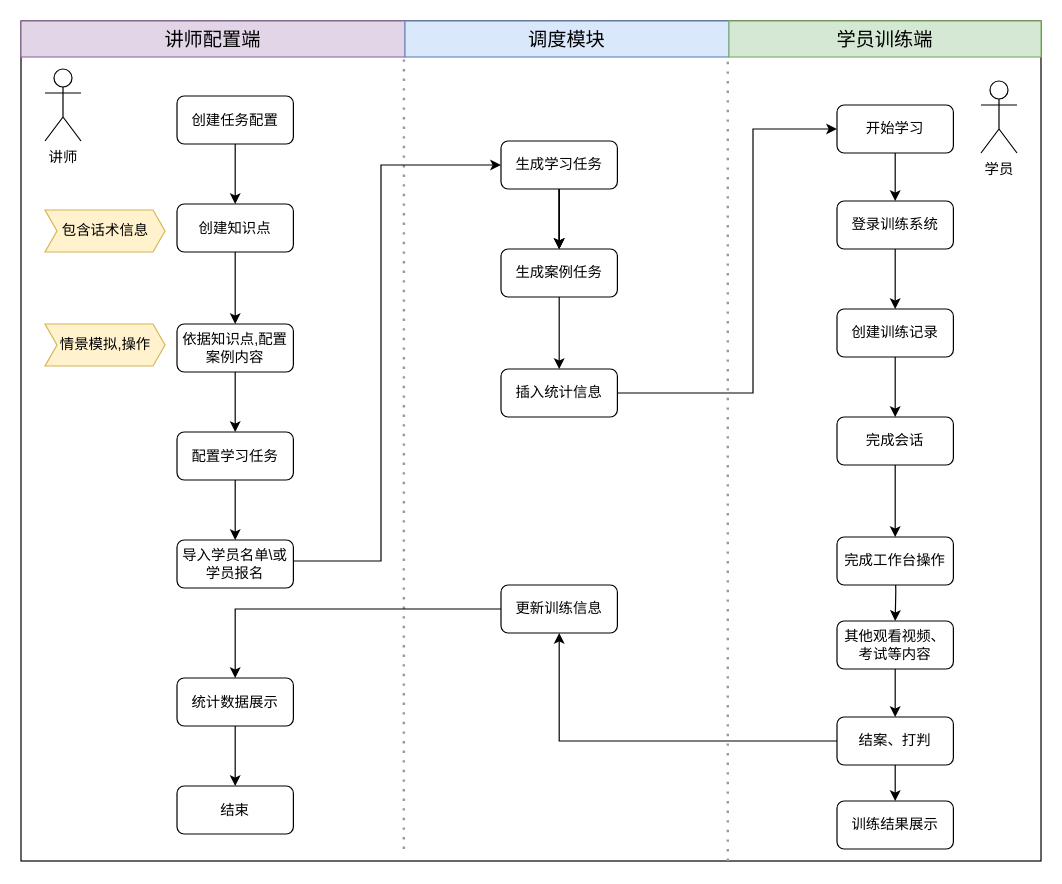
Before: 核心链路流程图.drawio in cgshao02/graduation_picture, a draw.io diagram. Source tidied: cells renumbered, new cells numbered last; positions are measured from the earlier drawing's top-left corner, leaving out a move shared by most shapes. Both pictures are drawn from the tidied source at 120%, with x=0, y=0 at pixel (20, 20).
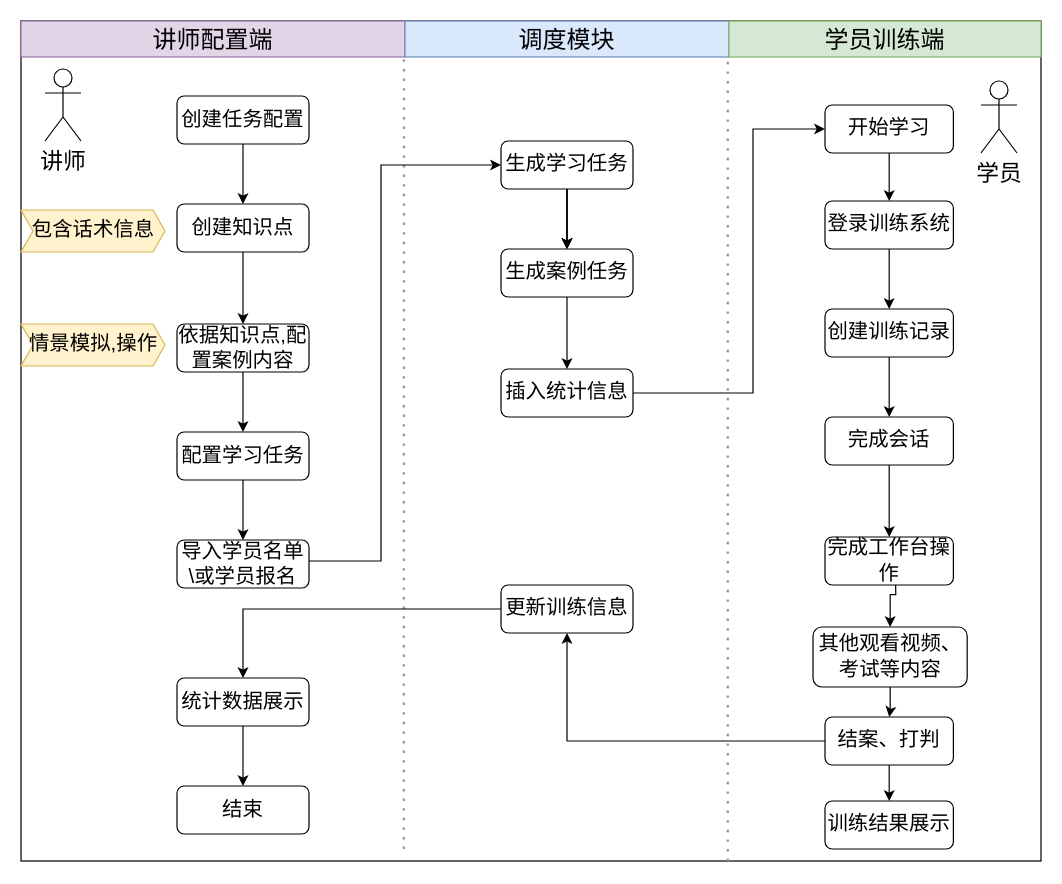
Above is the later version.

Commit message:
更新核心链路流程图.drawio

Change to the diagram source:
```diff
@@
-    <mxCell id="2" style="rounded=0;whiteSpace=wrap;html=1;" parent="1" vertex="1">
+    <mxCell id="2" style="rounded=0;whiteSpace=wrap;html=1;fontSize=17;" parent="1" vertex="1">
       <mxGeometry width="850" height="700" as="geometry" />
     </mxCell>
-    <mxCell id="3" style="endArrow=none;dashed=1;html=1;dashPattern=1 3;strokeWidth=2;entryX=0;entryY=1;entryDx=0;entryDy=0;strokeColor=#999999;" parent="1" edge="1">
+    <mxCell id="3" style="endArrow=none;dashed=1;html=1;dashPattern=1 3;strokeWidth=2;entryX=0;entryY=1;entryDx=0;entryDy=0;strokeColor=#999999;fontSize=14;" parent="1" edge="1">
       <mxGeometry relative="1" as="geometry">
         <mxPoint x="319" y="690" as="sourcePoint" />
         <mxPoint x="319.1" y="30" as="targetPoint" />
       </mxGeometry>
     </mxCell>
-    <mxCell id="4" value="&lt;span style=&quot;font-size: 16px;&quot;&gt;讲师配置端&lt;/span&gt;" style="rounded=0;whiteSpace=wrap;html=1;fillColor=#e1d5e7;strokeColor=#9673a6;" parent="1" vertex="1">
+    <mxCell id="4" value="&lt;span&gt;讲师配置端&lt;/span&gt;" style="rounded=0;whiteSpace=wrap;html=1;fillColor=#e1d5e7;strokeColor=#9673a6;fontSize=20;" parent="1" vertex="1">
       <mxGeometry width="320" height="30" as="geometry" />
     </mxCell>
-    <mxCell id="5" value="&lt;span style=&quot;font-size: 16px&quot;&gt;调度模块&lt;/span&gt;" style="rounded=0;whiteSpace=wrap;html=1;fillColor=#dae8fc;strokeColor=#6c8ebf;" parent="1" vertex="1">
+    <mxCell id="5" value="&lt;span&gt;调度模块&lt;/span&gt;" style="rounded=0;whiteSpace=wrap;html=1;fillColor=#dae8fc;strokeColor=#6c8ebf;fontSize=20;" parent="1" vertex="1">
       <mxGeometry x="320" width="270" height="30" as="geometry" />
     </mxCell>
-    <mxCell id="6" value="&lt;span style=&quot;font-size: 16px&quot;&gt;学员训练端&lt;/span&gt;" style="rounded=0;whiteSpace=wrap;html=1;fillColor=#d5e8d4;strokeColor=#82b366;" parent="1" vertex="1">
+    <mxCell id="6" value="&lt;span&gt;学员训练端&lt;/span&gt;" style="rounded=0;whiteSpace=wrap;html=1;fillColor=#d5e8d4;strokeColor=#82b366;fontSize=20;" parent="1" vertex="1">
       <mxGeometry x="590" width="260" height="30" as="geometry" />
     </mxCell>
-    <mxCell id="7" style="endArrow=none;dashed=1;html=1;dashPattern=1 3;strokeWidth=2;entryX=0;entryY=1;entryDx=0;entryDy=0;strokeColor=#999999;rounded=1;align=center;verticalAlign=middle;fontFamily=Helvetica;fontSize=11;fontColor=default;labelBackgroundColor=default;" parent="1" edge="1">
+    <mxCell id="7" style="endArrow=none;dashed=1;html=1;dashPattern=1 3;strokeWidth=2;entryX=0;entryY=1;entryDx=0;entryDy=0;strokeColor=#999999;rounded=1;align=center;verticalAlign=middle;fontFamily=Helvetica;fontSize=14;fontColor=default;labelBackgroundColor=default;" parent="1" edge="1">
       <mxGeometry relative="1" as="geometry">
         <mxPoint x="589" y="700" as="sourcePoint" />
         <mxPoint x="589" y="30" as="targetPoint" />
       </mxGeometry>
     </mxCell>
-    <mxCell id="8" value="讲师" style="shape=umlActor;verticalLabelPosition=bottom;verticalAlign=top;html=1;" parent="1" vertex="1">
+    <mxCell id="8" value="讲师" style="shape=umlActor;verticalLabelPosition=bottom;verticalAlign=top;html=1;fontSize=19;" parent="1" vertex="1">
       <mxGeometry x="20" y="40" width="30" height="60" as="geometry" />
     </mxCell>
-    <mxCell id="9" style="edgeStyle=orthogonalEdgeStyle;rounded=0;jettySize=auto;html=1;" parent="1" edge="1" source="10" target="12">
+    <mxCell id="9" style="edgeStyle=orthogonalEdgeStyle;rounded=0;jettySize=auto;html=1;fontSize=14;" parent="1" edge="1" source="10" target="12">
       <mxGeometry relative="1" as="geometry" />
     </mxCell>
-    <mxCell id="10" value="创建任务配置" style="rounded=1;whiteSpace=wrap;html=1;" parent="1" vertex="1">
-      <mxGeometry x="130" y="62.5" width="97" height="40" as="geometry" />
+    <mxCell id="10" value="创建任务配置" style="rounded=1;whiteSpace=wrap;html=1;fontSize=17;" parent="1" vertex="1">
+      <mxGeometry x="130" y="62.5" width="110" height="40" as="geometry" />
     </mxCell>
-    <mxCell id="11" style="edgeStyle=orthogonalEdgeStyle;rounded=0;jettySize=auto;html=1;" parent="1" edge="1" source="12" target="14">
+    <mxCell id="11" style="edgeStyle=orthogonalEdgeStyle;rounded=0;jettySize=auto;html=1;fontSize=14;" parent="1" edge="1" source="12" target="14">
       <mxGeometry relative="1" as="geometry" />
     </mxCell>
-    <mxCell id="12" value="创建知识点" style="rounded=1;whiteSpace=wrap;html=1;" parent="1" vertex="1">
-      <mxGeometry x="130" y="152.5" width="97" height="40" as="geometry" />
+    <mxCell id="12" value="创建知识点" style="rounded=1;whiteSpace=wrap;html=1;fontSize=17;" parent="1" vertex="1">
+      <mxGeometry x="130" y="152.5" width="110" height="40" as="geometry" />
     </mxCell>
-    <mxCell id="13" style="edgeStyle=orthogonalEdgeStyle;rounded=0;jettySize=auto;html=1;" parent="1" edge="1" source="14" target="16">
+    <mxCell id="13" style="edgeStyle=orthogonalEdgeStyle;rounded=0;jettySize=auto;html=1;fontSize=14;" parent="1" edge="1" source="14" target="16">
       <mxGeometry relative="1" as="geometry" />
     </mxCell>
-    <mxCell id="14" value="依据知识点,配置案例内容" style="rounded=1;whiteSpace=wrap;html=1;" parent="1" vertex="1">
-      <mxGeometry x="130" y="252.5" width="97" height="40" as="geometry" />
+    <mxCell id="14" value="依据知识点,配置案例内容" style="rounded=1;whiteSpace=wrap;html=1;fontSize=17;" parent="1" vertex="1">
+      <mxGeometry x="130" y="252.5" width="110" height="40" as="geometry" />
     </mxCell>
-    <mxCell id="15" style="edgeStyle=orthogonalEdgeStyle;rounded=0;jettySize=auto;html=1;" parent="1" edge="1" source="16" target="18">
+    <mxCell id="15" style="edgeStyle=orthogonalEdgeStyle;rounded=0;jettySize=auto;html=1;fontSize=14;" parent="1" edge="1" source="16" target="18">
       <mxGeometry relative="1" as="geometry" />
     </mxCell>
-    <mxCell id="16" value="配置学习任务" style="rounded=1;whiteSpace=wrap;html=1;" parent="1" vertex="1">
-      <mxGeometry x="130" y="342.5" width="97" height="40" as="geometry" />
+    <mxCell id="16" value="配置学习任务" style="rounded=1;whiteSpace=wrap;html=1;fontSize=17;" parent="1" vertex="1">
+      <mxGeometry x="130" y="342.5" width="110" height="40" as="geometry" />
     </mxCell>
-    <mxCell id="17" style="edgeStyle=orthogonalEdgeStyle;rounded=0;jettySize=auto;html=1;" parent="1" edge="1" source="18" target="22">
+    <mxCell id="17" style="edgeStyle=orthogonalEdgeStyle;rounded=0;jettySize=auto;html=1;fontSize=14;" parent="1" edge="1" source="18" target="22">
       <mxGeometry relative="1" as="geometry">
         <Array as="points">
           <mxPoint x="300" y="450" />
           <mxPoint x="300" y="120" />
         </Array>
       </mxGeometry>
     </mxCell>
-    <mxCell id="18" value="导入学员名单\或学员报名" style="rounded=1;whiteSpace=wrap;html=1;" parent="1" vertex="1">
-      <mxGeometry x="130" y="432.5" width="97" height="40" as="geometry" />
+    <mxCell id="18" value="导入学员名单\或学员报名" style="rounded=1;whiteSpace=wrap;html=1;fontSize=17;" parent="1" vertex="1">
+      <mxGeometry x="130" y="432.5" width="110" height="40" as="geometry" />
     </mxCell>
-    <mxCell id="19" style="edgeStyle=orthogonalEdgeStyle;rounded=0;jettySize=auto;html=1;" parent="1" edge="1" source="22" target="24">
+    <mxCell id="19" style="edgeStyle=orthogonalEdgeStyle;rounded=0;jettySize=auto;html=1;fontSize=14;" parent="1" edge="1" source="22" target="24">
       <mxGeometry relative="1" as="geometry" />
     </mxCell>
-    <mxCell id="20" style="edgeStyle=orthogonalEdgeStyle;rounded=0;jettySize=auto;html=1;" parent="1" edge="1" source="22" target="24">
+    <mxCell id="20" style="edgeStyle=orthogonalEdgeStyle;rounded=0;jettySize=auto;html=1;fontSize=14;" parent="1" edge="1" source="22" target="24">
       <mxGeometry relative="1" as="geometry" />
     </mxCell>
-    <mxCell id="21" style="edgeStyle=orthogonalEdgeStyle;rounded=0;jettySize=auto;html=1;" parent="1" edge="1" source="22" target="24">
+    <mxCell id="21" style="edgeStyle=orthogonalEdgeStyle;rounded=0;jettySize=auto;html=1;fontSize=14;" parent="1" edge="1" source="22" target="24">
       <mxGeometry relative="1" as="geometry" />
     </mxCell>
-    <mxCell id="22" value="生成学习任务" style="rounded=1;whiteSpace=wrap;html=1;" parent="1" vertex="1">
-      <mxGeometry x="400" y="100" width="97" height="40" as="geometry" />
+    <mxCell id="22" value="生成学习任务" style="rounded=1;whiteSpace=wrap;html=1;fontSize=17;" parent="1" vertex="1">
+      <mxGeometry x="400" y="100" width="110" height="40" as="geometry" />
     </mxCell>
-    <mxCell id="23" style="edgeStyle=orthogonalEdgeStyle;rounded=0;jettySize=auto;html=1;" parent="1" edge="1" source="24" target="26">
+    <mxCell id="23" style="edgeStyle=orthogonalEdgeStyle;rounded=0;jettySize=auto;html=1;fontSize=14;" parent="1" edge="1" source="24" target="26">
       <mxGeometry relative="1" as="geometry" />
     </mxCell>
-    <mxCell id="24" value="生成案例任务" style="rounded=1;whiteSpace=wrap;html=1;" parent="1" vertex="1">
-      <mxGeometry x="400" y="190" width="97" height="40" as="geometry" />
+    <mxCell id="24" value="生成案例任务" style="rounded=1;whiteSpace=wrap;html=1;fontSize=17;" parent="1" vertex="1">
+      <mxGeometry x="400" y="190" width="110" height="40" as="geometry" />
     </mxCell>
-    <mxCell id="25" style="edgeStyle=orthogonalEdgeStyle;rounded=0;jettySize=auto;html=1;" parent="1" edge="1" source="26" target="28">
+    <mxCell id="25" style="edgeStyle=orthogonalEdgeStyle;rounded=0;jettySize=auto;html=1;fontSize=14;" parent="1" edge="1" source="26" target="28">
       <mxGeometry relative="1" as="geometry">
         <Array as="points">
           <mxPoint x="610" y="310" />
           <mxPoint x="610" y="90" />
         </Array>
       </mxGeometry>
     </mxCell>
-    <mxCell id="26" value="插入统计信息" style="rounded=1;whiteSpace=wrap;html=1;" parent="1" vertex="1">
-      <mxGeometry x="400" y="290" width="97" height="40" as="geometry" />
+    <mxCell id="26" value="插入统计信息" style="rounded=1;whiteSpace=wrap;html=1;fontSize=17;" parent="1" vertex="1">
+      <mxGeometry x="400" y="290" width="110" height="40" as="geometry" />
     </mxCell>
-    <mxCell id="27" style="edgeStyle=orthogonalEdgeStyle;rounded=0;jettySize=auto;html=1;" parent="1" edge="1" source="28" target="31">
+    <mxCell id="27" style="edgeStyle=orthogonalEdgeStyle;rounded=0;jettySize=auto;html=1;fontSize=14;" parent="1" edge="1" source="28" target="31">
       <mxGeometry relative="1" as="geometry" />
     </mxCell>
-    <mxCell id="28" value="开始学习" style="rounded=1;whiteSpace=wrap;html=1;" parent="1" vertex="1">
-      <mxGeometry x="680" y="70" width="97" height="40" as="geometry" />
+    <mxCell id="28" value="开始学习" style="rounded=1;whiteSpace=wrap;html=1;fontSize=17;" parent="1" vertex="1">
+      <mxGeometry x="670" y="70" width="107" height="40" as="geometry" />
     </mxCell>
-    <mxCell id="29" value="学员" style="shape=umlActor;verticalLabelPosition=bottom;verticalAlign=top;html=1;" parent="1" vertex="1">
+    <mxCell id="29" value="学员" style="shape=umlActor;verticalLabelPosition=bottom;verticalAlign=top;html=1;fontSize=19;" parent="1" vertex="1">
       <mxGeometry x="800" y="50" width="30" height="60" as="geometry" />
     </mxCell>
-    <mxCell id="30" style="edgeStyle=orthogonalEdgeStyle;rounded=0;jettySize=auto;html=1;" parent="1" edge="1" source="31" target="34">
+    <mxCell id="30" style="edgeStyle=orthogonalEdgeStyle;rounded=0;jettySize=auto;html=1;fontSize=14;" parent="1" edge="1" source="31" target="34">
       <mxGeometry relative="1" as="geometry" />
     </mxCell>
-    <mxCell id="31" value="登录训练系统" style="rounded=1;whiteSpace=wrap;html=1;" parent="1" vertex="1">
-      <mxGeometry x="680" y="150" width="97" height="40" as="geometry" />
+    <mxCell id="31" value="登录训练系统" style="rounded=1;whiteSpace=wrap;html=1;fontSize=17;" parent="1" vertex="1">
+      <mxGeometry x="670" y="150" width="107" height="40" as="geometry" />
     </mxCell>
-    <mxCell id="32" style="edgeStyle=orthogonalEdgeStyle;rounded=0;orthogonalLoop=1;jettySize=auto;html=1;exitX=0.5;exitY=1;exitDx=0;exitDy=0;" parent="1" edge="1" source="31" target="31">
+    <mxCell id="32" style="edgeStyle=orthogonalEdgeStyle;rounded=0;orthogonalLoop=1;jettySize=auto;html=1;exitX=0.5;exitY=1;exitDx=0;exitDy=0;fontSize=14;" parent="1" edge="1" source="31" target="31">
       <mxGeometry relative="1" as="geometry" />
     </mxCell>
-    <mxCell id="33" style="edgeStyle=orthogonalEdgeStyle;rounded=0;jettySize=auto;html=1;" parent="1" edge="1" source="34" target="36">
+    <mxCell id="33" style="edgeStyle=orthogonalEdgeStyle;rounded=0;jettySize=auto;html=1;fontSize=14;" parent="1" edge="1" source="34" target="36">
       <mxGeometry relative="1" as="geometry" />
     </mxCell>
-    <mxCell id="34" value="创建训练记录" style="rounded=1;whiteSpace=wrap;html=1;" parent="1" vertex="1">
-      <mxGeometry x="680" y="240" width="97" height="40" as="geometry" />
+    <mxCell id="34" value="创建训练记录" style="rounded=1;whiteSpace=wrap;html=1;fontSize=17;" parent="1" vertex="1">
+      <mxGeometry x="670" y="240" width="107" height="40" as="geometry" />
     </mxCell>
-    <mxCell id="35" style="edgeStyle=orthogonalEdgeStyle;rounded=0;jettySize=auto;html=1;" parent="1" edge="1" source="36" target="38">
+    <mxCell id="35" style="edgeStyle=orthogonalEdgeStyle;rounded=0;jettySize=auto;html=1;fontSize=14;" parent="1" edge="1" source="36" target="38">
       <mxGeometry relative="1" as="geometry" />
     </mxCell>
-    <mxCell id="36" value="完成会话" style="rounded=1;whiteSpace=wrap;html=1;" parent="1" vertex="1">
-      <mxGeometry x="680" y="330" width="97" height="40" as="geometry" />
+    <mxCell id="36" value="完成会话" style="rounded=1;whiteSpace=wrap;html=1;fontSize=17;" parent="1" vertex="1">
+      <mxGeometry x="670" y="330" width="107" height="40" as="geometry" />
     </mxCell>
-    <mxCell id="37" style="edgeStyle=orthogonalEdgeStyle;rounded=0;jettySize=auto;html=1;" parent="1" edge="1" target="40">
+    <mxCell id="37" style="edgeStyle=orthogonalEdgeStyle;rounded=0;jettySize=auto;html=1;fontSize=14;" parent="1" edge="1" target="40">
       <mxGeometry relative="1" as="geometry">
         <mxPoint x="728.5" y="450" as="sourcePoint" />
       </mxGeometry>
     </mxCell>
-    <mxCell id="38" value="完成工作台操作" style="rounded=1;whiteSpace=wrap;html=1;" parent="1" vertex="1">
-      <mxGeometry x="680" y="430" width="97" height="40" as="geometry" />
+    <mxCell id="38" value="完成工作台操作" style="rounded=1;whiteSpace=wrap;html=1;fontSize=17;" parent="1" vertex="1">
+      <mxGeometry x="670" y="430" width="107" height="40" as="geometry" />
     </mxCell>
-    <mxCell id="39" style="edgeStyle=orthogonalEdgeStyle;rounded=0;jettySize=auto;html=1;" parent="1" edge="1" source="40" target="43">
+    <mxCell id="39" style="edgeStyle=orthogonalEdgeStyle;rounded=0;jettySize=auto;html=1;fontSize=14;" parent="1" edge="1" source="40" target="43">
       <mxGeometry relative="1" as="geometry" />
     </mxCell>
-    <mxCell id="40" value="其他观看视频、考试等内容" style="rounded=1;whiteSpace=wrap;html=1;" parent="1" vertex="1">
-      <mxGeometry x="680" y="500" width="97" height="40" as="geometry" />
+    <mxCell id="40" value="其他观看视频、考试等内容" style="rounded=1;whiteSpace=wrap;html=1;fontSize=17;" parent="1" vertex="1">
+      <mxGeometry x="660" y="505" width="128.5" height="50" as="geometry" />
     </mxCell>
-    <mxCell id="41" style="edgeStyle=orthogonalEdgeStyle;rounded=0;jettySize=auto;html=1;" parent="1" edge="1" source="43" target="45">
+    <mxCell id="41" style="edgeStyle=orthogonalEdgeStyle;rounded=0;jettySize=auto;html=1;fontSize=14;" parent="1" edge="1" source="43" target="45">
       <mxGeometry relative="1" as="geometry" />
     </mxCell>
-    <mxCell id="42" style="edgeStyle=orthogonalEdgeStyle;rounded=0;jettySize=auto;html=1;" parent="1" edge="1" source="43" target="50">
+    <mxCell id="42" style="edgeStyle=orthogonalEdgeStyle;rounded=0;jettySize=auto;html=1;fontSize=14;" parent="1" edge="1" source="43" target="50">
       <mxGeometry relative="1" as="geometry" />
     </mxCell>
-    <mxCell id="43" value="结案、打判" style="rounded=1;whiteSpace=wrap;html=1;" parent="1" vertex="1">
-      <mxGeometry x="680" y="580" width="97" height="40" as="geometry" />
+    <mxCell id="43" value="结案、打判" style="rounded=1;whiteSpace=wrap;html=1;fontSize=17;" parent="1" vertex="1">
+      <mxGeometry x="670" y="580" width="107" height="40" as="geometry" />
     </mxCell>
-    <mxCell id="44" style="edgeStyle=orthogonalEdgeStyle;rounded=0;jettySize=auto;html=1;" parent="1" edge="1" source="45" target="47">
+    <mxCell id="44" style="edgeStyle=orthogonalEdgeStyle;rounded=0;jettySize=auto;html=1;fontSize=14;" parent="1" edge="1" source="45" target="47">
       <mxGeometry relative="1" as="geometry" />
     </mxCell>
-    <mxCell id="45" value="更新训练信息" style="rounded=1;whiteSpace=wrap;html=1;" parent="1" vertex="1">
-      <mxGeometry x="400" y="470" width="97" height="40" as="geometry" />
+    <mxCell id="45" value="更新训练信息" style="rounded=1;whiteSpace=wrap;html=1;fontSize=17;" parent="1" vertex="1">
+      <mxGeometry x="400" y="470" width="110" height="40" as="geometry" />
     </mxCell>
-    <mxCell id="46" style="edgeStyle=orthogonalEdgeStyle;rounded=0;jettySize=auto;html=1;" parent="1" edge="1" source="47" target="48">
+    <mxCell id="46" style="edgeStyle=orthogonalEdgeStyle;rounded=0;jettySize=auto;html=1;fontSize=14;" parent="1" edge="1" source="47" target="48">
       <mxGeometry relative="1" as="geometry" />
     </mxCell>
-    <mxCell id="47" value="统计数据展示" style="rounded=1;whiteSpace=wrap;html=1;" parent="1" vertex="1">
-      <mxGeometry x="130" y="547.5" width="97" height="40" as="geometry" />
+    <mxCell id="47" value="统计数据展示" style="rounded=1;whiteSpace=wrap;html=1;fontSize=17;" parent="1" vertex="1">
+      <mxGeometry x="130" y="547.5" width="110" height="40" as="geometry" />
     </mxCell>
-    <mxCell id="48" value="结束" style="rounded=1;whiteSpace=wrap;html=1;" parent="1" vertex="1">
-      <mxGeometry x="130" y="637.5" width="97" height="40" as="geometry" />
+    <mxCell id="48" value="结束" style="rounded=1;whiteSpace=wrap;html=1;fontSize=17;" parent="1" vertex="1">
+      <mxGeometry x="130" y="637.5" width="110" height="40" as="geometry" />
     </mxCell>
-    <mxCell id="49" value="包含话术信息" style="html=1;shadow=0;dashed=0;align=center;verticalAlign=middle;shape=mxgraph.arrows2.arrow;dy=0;dx=10;notch=10;rotation=0;fillColor=#fff2cc;strokeColor=#d6b656;" parent="1" vertex="1">
-      <mxGeometry x="20" y="157.5" width="100" height="35" as="geometry" />
+    <mxCell id="49" value="包含话术信息" style="html=1;shadow=0;dashed=0;align=center;verticalAlign=middle;shape=mxgraph.arrows2.arrow;dy=0;dx=10;notch=10;rotation=0;fillColor=#fff2cc;strokeColor=#d6b656;fontSize=17;" parent="1" vertex="1">
+      <mxGeometry y="157.5" width="120" height="35" as="geometry" />
     </mxCell>
-    <mxCell id="50" value="训练结果展示" style="rounded=1;whiteSpace=wrap;html=1;" parent="1" vertex="1">
-      <mxGeometry x="680" y="650" width="97" height="40" as="geometry" />
+    <mxCell id="50" value="训练结果展示" style="rounded=1;whiteSpace=wrap;html=1;fontSize=17;" parent="1" vertex="1">
+      <mxGeometry x="670" y="650" width="107" height="40" as="geometry" />
     </mxCell>
-    <mxCell id="51" value="情景模拟,操作" style="html=1;shadow=0;dashed=0;align=center;verticalAlign=middle;shape=mxgraph.arrows2.arrow;dy=0;dx=10;notch=10;rotation=0;fillColor=#fff2cc;strokeColor=#d6b656;" parent="1" vertex="1">
-      <mxGeometry x="20" y="252.5" width="100" height="35" as="geometry" />
+    <mxCell id="51" value="情景模拟,操作" style="html=1;shadow=0;dashed=0;align=center;verticalAlign=middle;shape=mxgraph.arrows2.arrow;dy=0;dx=10;notch=10;rotation=0;fillColor=#fff2cc;strokeColor=#d6b656;fontSize=17;" parent="1" vertex="1">
+      <mxGeometry y="252.5" width="120" height="35" as="geometry" />
     </mxCell>
```
